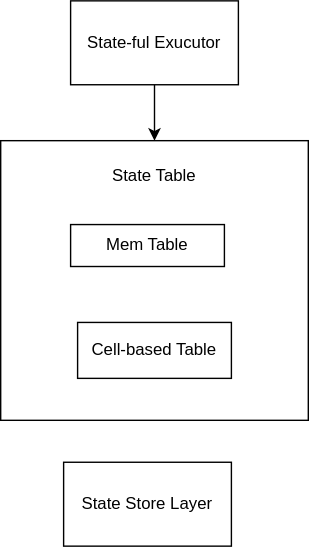
This is Untitled Diagram.drawio.svg from risingwavelabs/risingwave, a draw.io export, as it was before one commit. Source tidied: cells renumbered, new cells last; positions are measured from the earlier drawing's top-left corner, leaving out a move shared by most shapes.
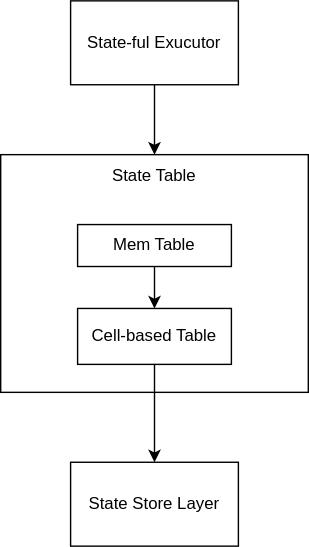
Above is the later version.

What changed in the source:
```diff
@@ -9,19 +9,28 @@
       <mxGeometry x="50" width="120" height="60" as="geometry" />
     </mxCell>
     <mxCell id="4" style="rounded=0;whiteSpace=wrap;html=1;" parent="1" vertex="1">
-      <mxGeometry y="100" width="220" height="200" as="geometry" />
+      <mxGeometry y="110" width="220" height="170" as="geometry" />
     </mxCell>
     <mxCell id="5" value="Mem Table" style="rounded=0;whiteSpace=wrap;html=1;" parent="1" vertex="1">
-      <mxGeometry x="50" y="160" width="110" height="30" as="geometry" />
+      <mxGeometry x="55" y="160" width="110" height="30" as="geometry" />
     </mxCell>
     <mxCell id="6" value="Cell-based Table" style="rounded=0;whiteSpace=wrap;html=1;" parent="1" vertex="1">
-      <mxGeometry x="55" y="230" width="110" height="40" as="geometry" />
+      <mxGeometry x="55" y="220" width="110" height="40" as="geometry" />
     </mxCell>
     <mxCell id="7" value="State Table" style="text;html=1;strokeColor=none;fillColor=none;align=center;verticalAlign=middle;whiteSpace=wrap;rounded=0;" parent="1" vertex="1">
-      <mxGeometry x="60" y="110" width="100" height="30" as="geometry" />
+      <mxGeometry x="70" y="115" width="80" height="20" as="geometry" />
     </mxCell>
     <mxCell id="8" value="State Store Layer" style="rounded=0;whiteSpace=wrap;html=1;" parent="1" vertex="1">
-      <mxGeometry x="45" y="330" width="120" height="60" as="geometry" />
+      <mxGeometry x="50" y="330" width="120" height="60" as="geometry" />
     </mxCell>
+    <mxCell id="9" style="edgeStyle=orthogonalEdgeStyle;rounded=0;orthogonalLoop=1;jettySize=auto;html=1;exitX=0.5;exitY=1;exitDx=0;exitDy=0;" parent="1" edge="1" source="6" target="6">
+      <mxGeometry relative="1" as="geometry" />
+    </mxCell>
+    <mxCell id="10" style="endArrow=classic;html=1;rounded=0;exitX=0.5;exitY=1;exitDx=0;exitDy=0;entryX=0.5;entryY=0;entryDx=0;entryDy=0;" parent="1" edge="1" source="5" target="6">
+      <mxGeometry relative="1" as="geometry" />
+    </mxCell>
+    <mxCell id="11" style="endArrow=classic;html=1;rounded=0;exitX=0.5;exitY=1;exitDx=0;exitDy=0;" parent="1" edge="1" source="6" target="8">
+      <mxGeometry relative="1" as="geometry" />
+    </mxCell>
   </root>
 </mxGraphModel>
```
